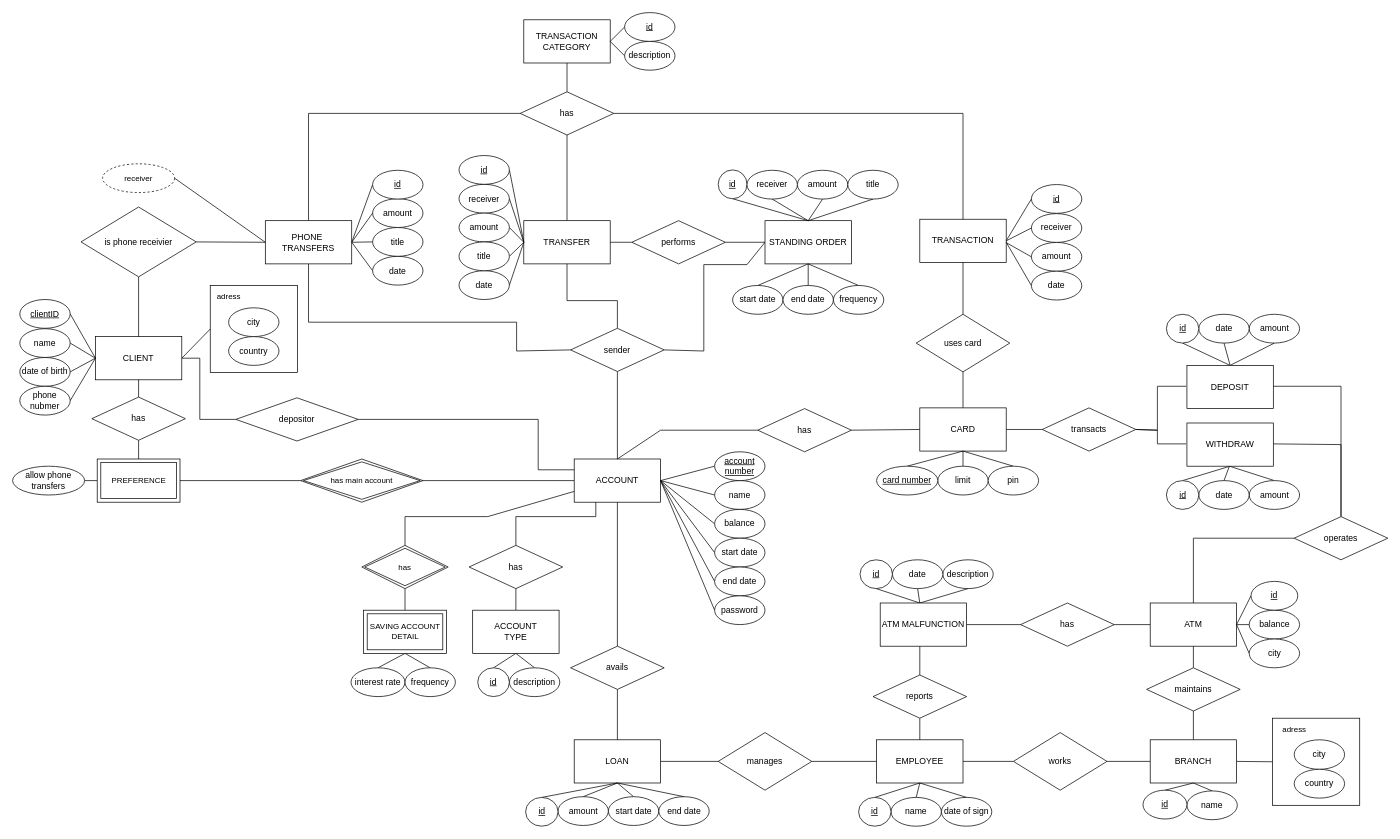
Above: ER_diagram.drawio in p-malecki/BankingSystemDB (draw.io), before the change. Source tidied: cells renumbered, new cells numbered last; positions are measured from the earlier drawing's top-left corner, leaving out a move shared by most shapes. Both pictures are drawn from the tidied source at 72%, with x=0, y=0 at pixel (12, 12).
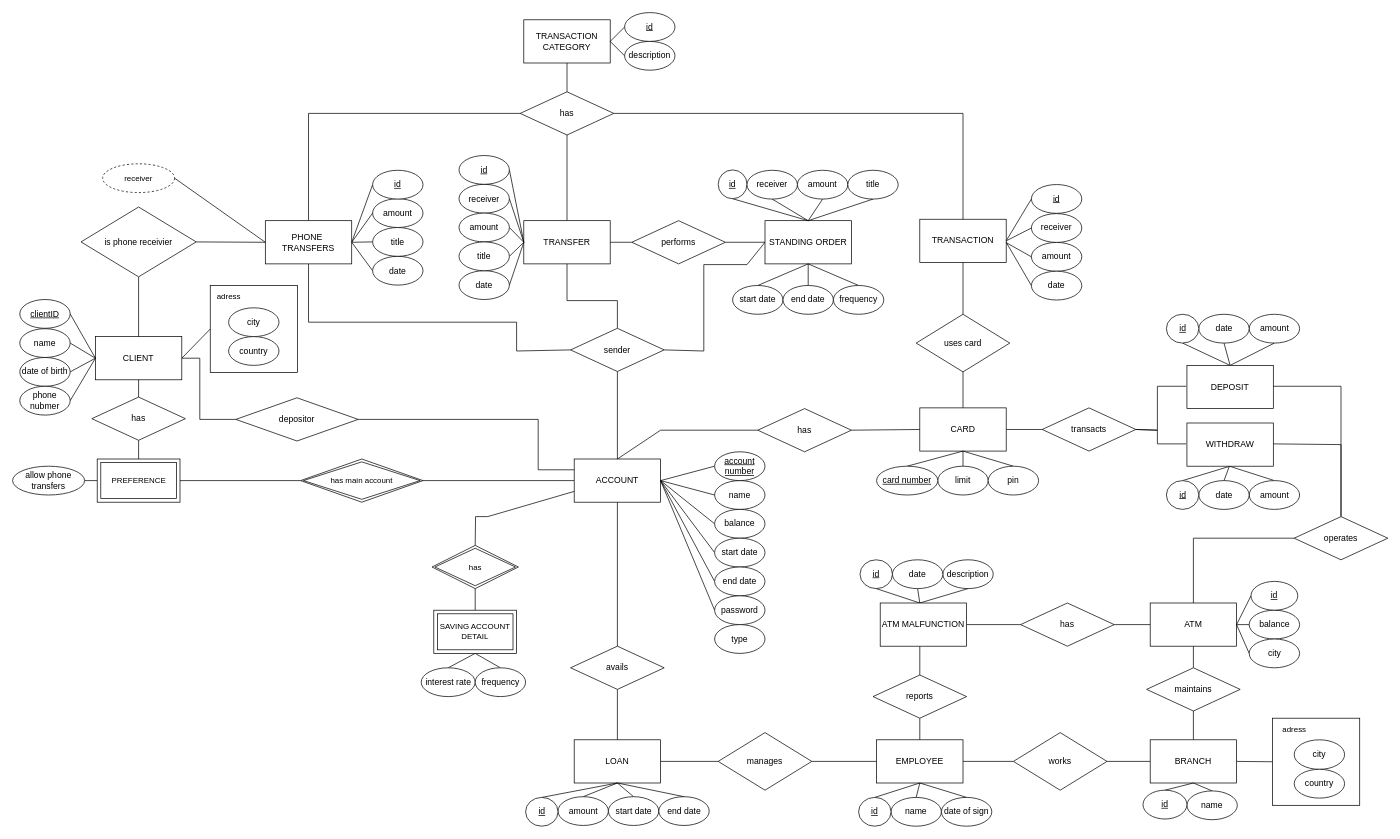
After the change.

Unchanged cells that the change refers to:
```xml
<mxCell id="61" value="ACCOUNT" style="rounded=0;whiteSpace=wrap;html=1;" parent="1" vertex="1">
  <mxGeometry x="780" y="620" width="120" height="60" as="geometry" />
</mxCell>
```

The edit, as a diff of the source:
```diff
@@
-    <mxCell id="111" style="edgeStyle=none;shape=connector;rounded=0;jettySize=auto;html=1;exitX=0.5;exitY=0;exitDx=0;exitDy=0;entryX=0.5;entryY=1;entryDx=0;entryDy=0;labelBackgroundColor=default;strokeColor=default;fontFamily=Helvetica;fontSize=11;fontColor=default;endArrow=none;" parent="1" edge="1" target="114">
-      <mxGeometry relative="1" as="geometry">
-        <mxPoint x="699" y="830" as="sourcePoint" />
-      </mxGeometry>
-    </mxCell>
-    <mxCell id="112" style="edgeStyle=none;shape=connector;rounded=0;jettySize=auto;html=1;exitX=0.5;exitY=1;exitDx=0;exitDy=0;entryX=0.5;entryY=0;entryDx=0;entryDy=0;labelBackgroundColor=default;strokeColor=default;fontFamily=Helvetica;fontSize=11;fontColor=default;endArrow=none;" parent="1" edge="1" target="174">
-      <mxGeometry relative="1" as="geometry">
-        <mxPoint x="699" y="890" as="sourcePoint" />
-      </mxGeometry>
-    </mxCell>
-    <mxCell id="113" style="edgeStyle=none;shape=connector;rounded=0;jettySize=auto;html=1;exitX=0.5;exitY=0;exitDx=0;exitDy=0;entryX=0.25;entryY=1;entryDx=0;entryDy=0;labelBackgroundColor=default;strokeColor=default;fontFamily=Helvetica;fontSize=11;fontColor=default;endArrow=none;" parent="1" edge="1" source="114" target="61">
-      <mxGeometry relative="1" as="geometry">
-        <Array as="points">
-          <mxPoint x="699" y="700" />
-          <mxPoint x="810" y="700" />
-        </Array>
-      </mxGeometry>
-    </mxCell>
-    <mxCell id="114" value="has" style="rhombus;whiteSpace=wrap;html=1;" parent="1" vertex="1">
-      <mxGeometry x="634" y="740" width="130" height="60" as="geometry" />
-    </mxCell>
-    <mxCell id="115" style="edgeStyle=none;shape=connector;rounded=0;jettySize=auto;html=1;exitX=0.5;exitY=0;exitDx=0;exitDy=0;entryX=0;entryY=0.75;entryDx=0;entryDy=0;labelBackgroundColor=default;strokeColor=default;fontFamily=Helvetica;fontSize=11;fontColor=default;endArrow=none;" parent="1" edge="1" target="61">
+    <mxCell id="115" style="edgeStyle=none;shape=connector;rounded=0;jettySize=auto;html=1;exitX=0.5;exitY=0;exitDx=0;exitDy=0;entryX=0;entryY=0.75;entryDx=0;entryDy=0;labelBackgroundColor=default;strokeColor=default;fontFamily=Helvetica;fontSize=11;fontColor=default;endArrow=none;" parent="1" edge="1" source="201" target="61">
       <mxGeometry relative="1" as="geometry">
-        <mxPoint x="545" y="740" as="sourcePoint" />
         <Array as="points">
-          <mxPoint x="545" y="700" />
+          <mxPoint x="643" y="700" />
           <mxPoint x="660" y="700" />
         </Array>
       </mxGeometry>
     </mxCell>
     <mxCell id="116" style="edgeStyle=none;shape=connector;rounded=0;orthogonalLoop=1;jettySize=auto;html=1;exitX=0.5;exitY=1;exitDx=0;exitDy=0;entryX=0.5;entryY=0;entryDx=0;entryDy=0;labelBackgroundColor=default;strokeColor=default;fontFamily=Helvetica;fontSize=11;fontColor=default;endArrow=none;" parent="1" edge="1">
       <mxGeometry relative="1" as="geometry">
-        <mxPoint x="545" y="800" as="sourcePoint" />
-        <mxPoint x="545" y="830" as="targetPoint" />
+        <mxPoint x="642.5" y="800" as="sourcePoint" />
+        <mxPoint x="642.5" y="830" as="targetPoint" />
       </mxGeometry>
     </mxCell>
@@
     <mxCell id="164" style="edgeStyle=none;shape=connector;rounded=0;jettySize=auto;html=1;exitX=0.5;exitY=0;exitDx=0;exitDy=0;entryX=0.5;entryY=1;entryDx=0;entryDy=0;labelBackgroundColor=default;strokeColor=default;fontFamily=Helvetica;fontSize=11;fontColor=default;endArrow=none;" parent="1" edge="1" source="165">
       <mxGeometry relative="1" as="geometry">
-        <mxPoint x="545" y="890" as="targetPoint" />
+        <mxPoint x="642.5" y="890" as="targetPoint" />
       </mxGeometry>
     </mxCell>
     <mxCell id="165" value="interest rate" style="ellipse;whiteSpace=wrap;html=1;" parent="1" vertex="1">
-      <mxGeometry x="470" y="910" width="75" height="40" as="geometry" />
+      <mxGeometry x="567.5" y="910" width="75" height="40" as="geometry" />
     </mxCell>
     <mxCell id="166" style="edgeStyle=none;shape=connector;rounded=0;jettySize=auto;html=1;exitX=0.5;exitY=0;exitDx=0;exitDy=0;entryX=0.5;entryY=1;entryDx=0;entryDy=0;labelBackgroundColor=default;strokeColor=default;fontFamily=Helvetica;fontSize=11;fontColor=default;endArrow=none;" parent="1" edge="1" source="167">
       <mxGeometry relative="1" as="geometry">
-        <mxPoint x="545" y="890" as="targetPoint" />
+        <mxPoint x="642.5" y="890" as="targetPoint" />
       </mxGeometry>
     </mxCell>
     <mxCell id="167" value="frequency" style="ellipse;whiteSpace=wrap;html=1;" parent="1" vertex="1">
-      <mxGeometry x="545" y="910" width="70" height="40" as="geometry" />
+      <mxGeometry x="642.5" y="910" width="70" height="40" as="geometry" />
     </mxCell>
-    <mxCell id="168" style="edgeStyle=none;shape=connector;rounded=0;jettySize=auto;html=1;exitX=0.5;exitY=0;exitDx=0;exitDy=0;entryX=0.5;entryY=1;entryDx=0;entryDy=0;labelBackgroundColor=default;strokeColor=default;fontFamily=Helvetica;fontSize=11;fontColor=default;endArrow=none;" parent="1" edge="1" source="169">
-      <mxGeometry relative="1" as="geometry">
-        <mxPoint x="699" y="890" as="targetPoint" />
-      </mxGeometry>
-    </mxCell>
-    <mxCell id="169" value="description" style="ellipse;whiteSpace=wrap;html=1;" parent="1" vertex="1">
-      <mxGeometry x="690" y="910" width="70" height="40" as="geometry" />
-    </mxCell>
@@
-    <mxCell id="174" value="&lt;u&gt;id&lt;/u&gt;" style="ellipse;whiteSpace=wrap;html=1;" parent="1" vertex="1">
-      <mxGeometry x="646" y="910" width="44" height="40" as="geometry" />
-    </mxCell>
@@
     <mxCell id="185" value="SAVING ACCOUNT DETAIL" style="shape=ext;margin=3;double=1;whiteSpace=wrap;html=1;align=center;shadow=0;strokeColor=default;fontFamily=Helvetica;fontSize=11;fontColor=default;" parent="1" vertex="1">
-      <mxGeometry x="487.5" y="830" width="115" height="60" as="geometry" />
+      <mxGeometry x="585" y="830" width="115" height="60" as="geometry" />
     </mxCell>
@@
-    <mxCell id="200" value="ACCOUNT&lt;br style=&quot;border-color: var(--border-color);&quot;&gt;&lt;span style=&quot;border-color: var(--border-color);&quot;&gt;TYPE&lt;/span&gt;" style="rounded=0;whiteSpace=wrap;html=1;" parent="1" vertex="1">
-      <mxGeometry x="639" y="830" width="120" height="60" as="geometry" />
-    </mxCell>
     <mxCell id="201" value="has" style="shape=rhombus;double=1;perimeter=rhombusPerimeter;whiteSpace=wrap;html=1;align=center;shadow=0;strokeColor=default;fontFamily=Helvetica;fontSize=11;fontColor=default;" parent="1" vertex="1">
-      <mxGeometry x="485" y="740" width="120" height="60" as="geometry" />
+      <mxGeometry x="582.5" y="740" width="120" height="60" as="geometry" />
     </mxCell>
@@
+    <mxCell id="218" value="type" style="ellipse;whiteSpace=wrap;html=1;" parent="1" vertex="1">
+      <mxGeometry x="975" y="850" width="70" height="40" as="geometry" />
+    </mxCell>
```
